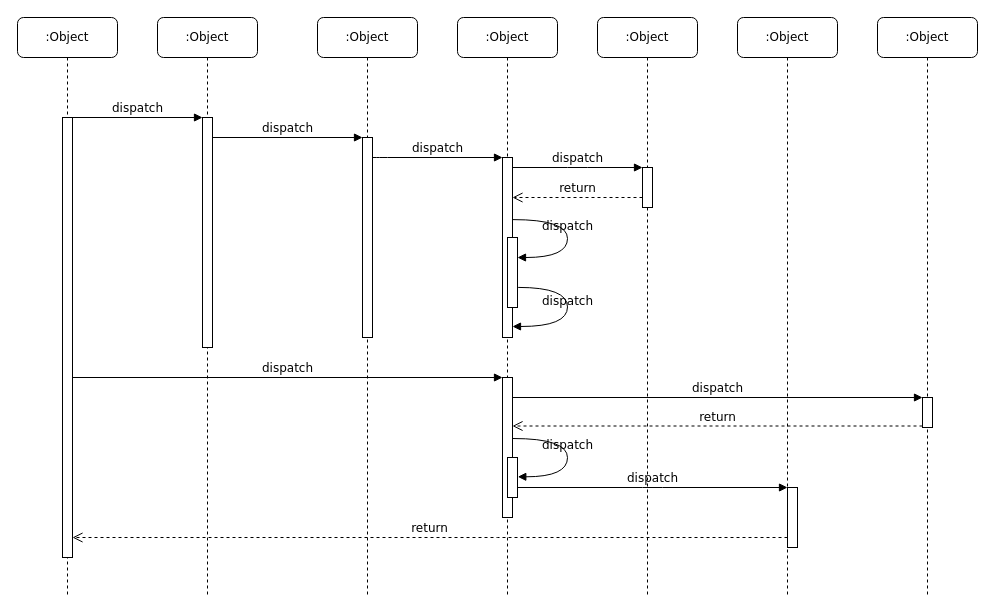
Earlier version of the draw.io diagram Diagrama sem nome.drawio (nicolecristinaw/Landing-Page). Source tidied: cells renumbered, new cells numbered last; positions are measured from the earlier drawing's top-left corner, leaving out a move shared by most shapes. Both pictures are drawn from the tidied source at 100%, with x=0, y=0 at pixel (17, 17).
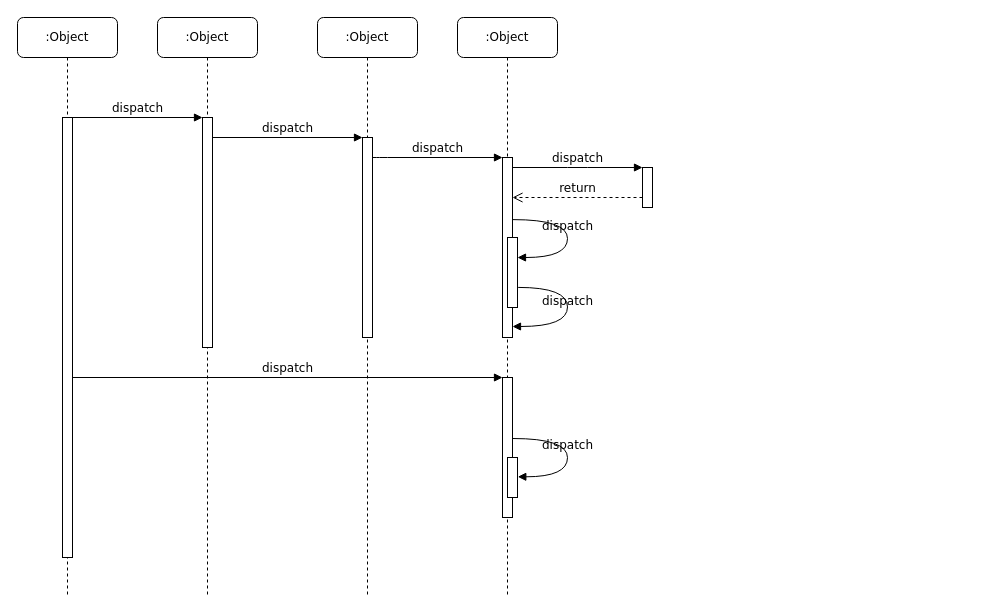
Above is the later version.

Unchanged cells that the change refers to:
```xml
<mxCell id="11" style="html=1;points=[];perimeter=orthogonalPerimeter;rounded=0;shadow=0;comic=0;labelBackgroundColor=none;strokeWidth=1;fontFamily=Verdana;fontSize=12;align=center;" parent="10" vertex="1">
  <mxGeometry x="45" y="100" width="10" height="440" as="geometry" />
</mxCell>
<mxCell id="17" style="html=1;points=[];perimeter=orthogonalPerimeter;rounded=0;shadow=0;comic=0;labelBackgroundColor=none;strokeWidth=1;fontFamily=Verdana;fontSize=12;align=center;" parent="1" vertex="1">
  <mxGeometry x="485" y="360" width="10" height="140" as="geometry" />
</mxCell>
<mxCell id="30" style="html=1;points=[];perimeter=orthogonalPerimeter;rounded=0;shadow=0;comic=0;labelBackgroundColor=none;strokeWidth=1;fontFamily=Verdana;fontSize=12;align=center;" parent="1" vertex="1">
  <mxGeometry x="490" y="440" width="10" height="40" as="geometry" />
</mxCell>
```

Diff of the diagram source:
```diff
@@
-    <mxCell id="7" value=":Object" style="shape=umlLifeline;perimeter=lifelinePerimeter;whiteSpace=wrap;html=1;rounded=1;shadow=0;comic=0;labelBackgroundColor=none;strokeWidth=1;fontFamily=Verdana;fontSize=12;align=center;" parent="1" vertex="1">
-      <mxGeometry x="580" width="100" height="580" as="geometry" />
-    </mxCell>
-    <mxCell id="8" value=":Object" style="shape=umlLifeline;perimeter=lifelinePerimeter;whiteSpace=wrap;html=1;rounded=1;shadow=0;comic=0;labelBackgroundColor=none;strokeWidth=1;fontFamily=Verdana;fontSize=12;align=center;" parent="1" vertex="1">
-      <mxGeometry x="720" width="100" height="580" as="geometry" />
-    </mxCell>
-    <mxCell id="9" value=":Object" style="shape=umlLifeline;perimeter=lifelinePerimeter;whiteSpace=wrap;html=1;rounded=1;shadow=0;comic=0;labelBackgroundColor=none;strokeWidth=1;fontFamily=Verdana;fontSize=12;align=center;" parent="1" vertex="1">
-      <mxGeometry x="860" width="100" height="580" as="geometry" />
-    </mxCell>
@@
-    <mxCell id="19" style="html=1;points=[];perimeter=orthogonalPerimeter;rounded=0;shadow=0;comic=0;labelBackgroundColor=none;strokeColor=#000000;strokeWidth=1;fillColor=#FFFFFF;fontFamily=Verdana;fontSize=12;fontColor=#000000;align=center;" parent="1" vertex="1">
-      <mxGeometry x="905" y="380" width="10" height="30" as="geometry" />
-    </mxCell>
-    <mxCell id="20" value="dispatch" style="html=1;verticalAlign=bottom;endArrow=block;entryX=0;entryY=0;labelBackgroundColor=none;fontFamily=Verdana;fontSize=12;" parent="1" edge="1" source="17" target="19">
-      <mxGeometry relative="1" as="geometry" />
-    </mxCell>
-    <mxCell id="21" value="return" style="html=1;verticalAlign=bottom;endArrow=open;dashed=1;endSize=8;exitX=0;exitY=0.95;labelBackgroundColor=none;fontFamily=Verdana;fontSize=12;" parent="1" edge="1" source="19" target="17">
-      <mxGeometry relative="1" as="geometry" />
-    </mxCell>
-    <mxCell id="22" style="html=1;points=[];perimeter=orthogonalPerimeter;rounded=0;shadow=0;comic=0;labelBackgroundColor=none;strokeWidth=1;fontFamily=Verdana;fontSize=12;align=center;" parent="1" vertex="1">
-      <mxGeometry x="770" y="470" width="10" height="60" as="geometry" />
-    </mxCell>
-    <mxCell id="23" value="dispatch" style="html=1;verticalAlign=bottom;endArrow=block;entryX=0;entryY=0;labelBackgroundColor=none;fontFamily=Verdana;fontSize=12;edgeStyle=elbowEdgeStyle;elbow=vertical;" parent="1" edge="1" source="30" target="22">
-      <mxGeometry relative="1" as="geometry" />
-    </mxCell>
-    <mxCell id="24" value="return" style="html=1;verticalAlign=bottom;endArrow=open;dashed=1;endSize=8;labelBackgroundColor=none;fontFamily=Verdana;fontSize=12;edgeStyle=elbowEdgeStyle;elbow=vertical;" parent="1" edge="1" source="22" target="11">
-      <mxGeometry relative="1" as="geometry">
-        <Array as="points">
-          <mxPoint x="470" y="520" />
-        </Array>
-      </mxGeometry>
-    </mxCell>
```
